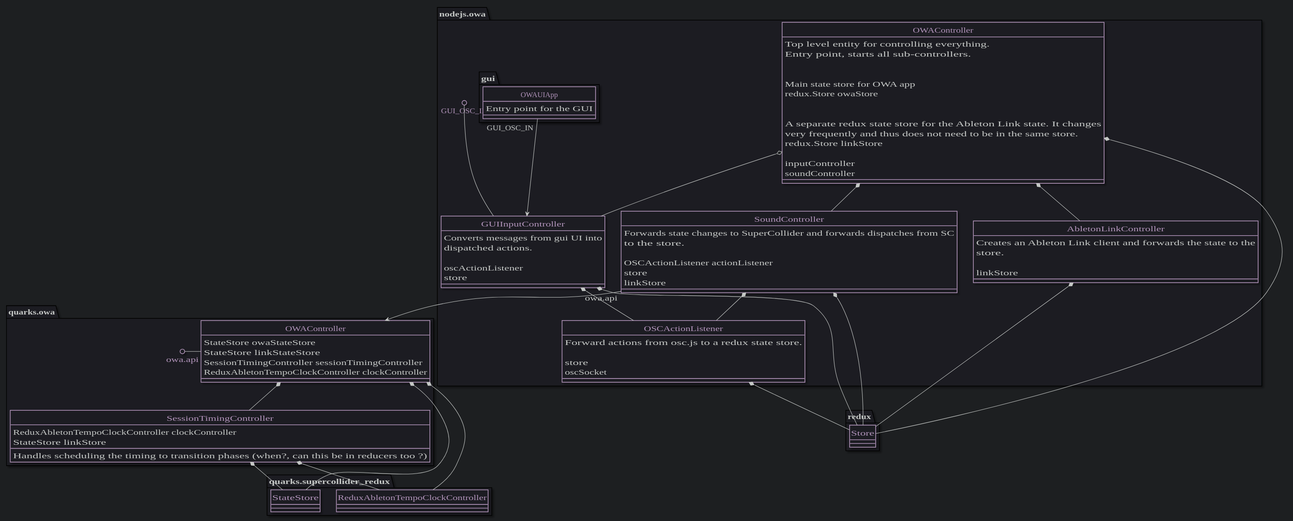
Above: docs/architecture_overview.svg in awakeningio/owa (PlantUML), before the change.
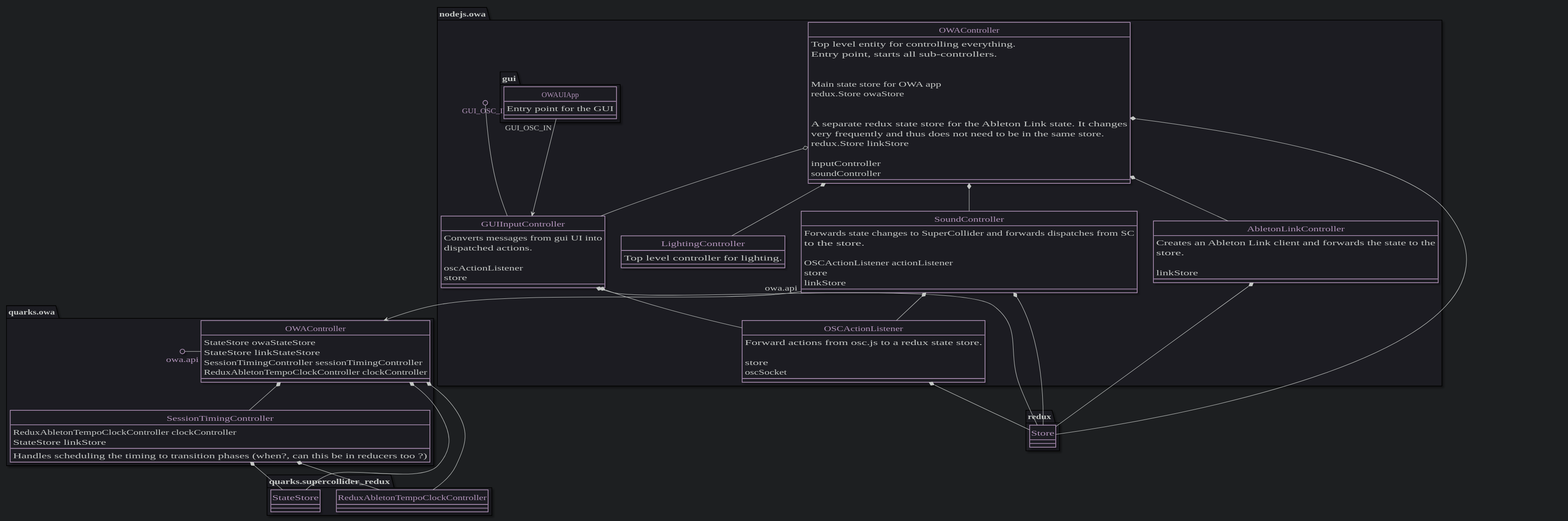
Above is the later version.

Commit message:
basic idle animation, broke pixel addresses into per-level

Change to the diagram source:
```diff
@@ -105,6 +105,14 @@
   SoundController *-- redux.Store
   SoundController "owa.api" -down-> quarks.owa.OWAController
 
+  class LightingController {
+    Top level controller for lighting.
+  }
+  OWAController *-- LightingController
+
+
+
+
 
 
   namespace gui {
```
